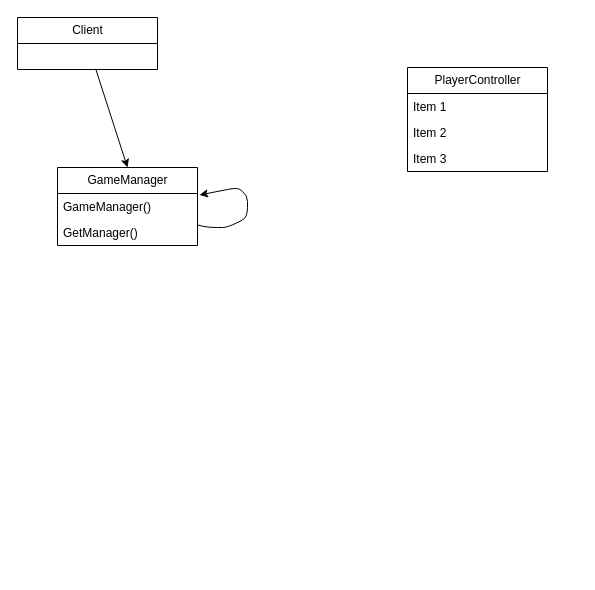
The draw.io diagram Documentation/DiagrammeClasse.drawio in B3njaminV/unity-tower-defense, before the edit. Source tidied: cells renumbered, new cells numbered last; positions are measured from the earlier drawing's top-left corner, leaving out a move shared by most shapes. Both pictures are drawn from the tidied source at 100%, with x=0, y=0 at pixel (17, 17).
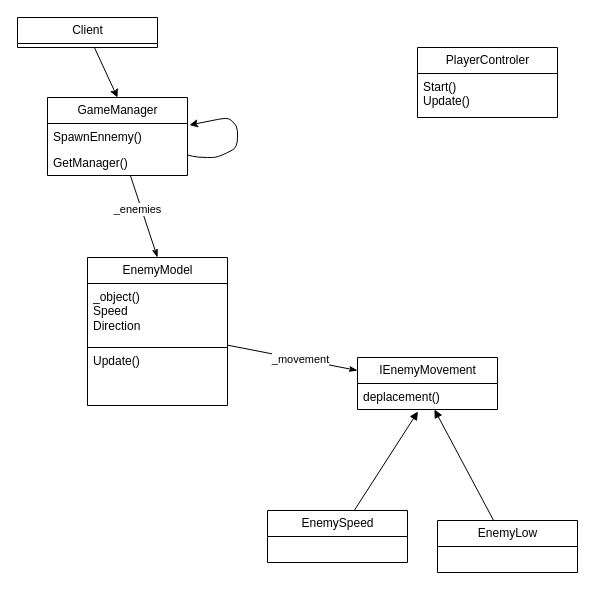
The same diagram, later.

Commit message:
:100:  Doc - ajout strategy + singleton

What changed in the source:
```diff
@@
+    <mxCell id="12" style="edgeStyle=none;html=1;entryX=0.5;entryY=0;entryDx=0;entryDy=0;endArrow=classicThin;endFill=1;" parent="1" edge="1" source="2" target="16">
+      <mxGeometry relative="1" as="geometry" />
+    </mxCell>
+    <mxCell id="13" value="_enemies" style="edgeLabel;html=1;align=center;verticalAlign=middle;" parent="12" vertex="1">
+      <mxGeometry x="-0.21" y="-4" relative="1" as="geometry" />
+    </mxCell>
     <mxCell id="2" value="GameManager" style="swimlane;fontStyle=0;horizontal=1;startSize=26;fillColor=none;html=1;" parent="1" vertex="1">
-      <mxGeometry x="40" y="150" width="140" height="78" as="geometry" />
+      <mxGeometry x="30" y="80" width="140" height="78" as="geometry" />
     </mxCell>
-    <mxCell id="3" value="GameManager()&lt;br&gt;" style="text;strokeColor=none;fillColor=none;align=left;verticalAlign=top;spacingLeft=4;spacingRight=4;overflow=hidden;points=[[0,0.5],[1,0.5]];portConstraint=eastwest;whiteSpace=wrap;html=1;" parent="2" vertex="1">
+    <mxCell id="3" value="SpawnEnnemy()&lt;br&gt;" style="text;strokeColor=none;fillColor=none;align=left;verticalAlign=top;spacingLeft=4;spacingRight=4;overflow=hidden;points=[[0,0.5],[1,0.5]];portConstraint=eastwest;whiteSpace=wrap;html=1;" parent="2" vertex="1">
       <mxGeometry y="26" width="140" height="26" as="geometry" />
     </mxCell>
@@
-    <mxCell id="6" value="PlayerController" style="swimlane;fontStyle=0;horizontal=1;startSize=26;fillColor=none;html=1;" parent="1" vertex="1">
-      <mxGeometry x="390" y="50" width="140" height="104" as="geometry" />
-    </mxCell>
-    <mxCell id="7" value="Item 1" style="text;strokeColor=none;fillColor=none;align=left;verticalAlign=top;spacingLeft=4;spacingRight=4;overflow=hidden;whiteSpace=wrap;html=1;" parent="6" vertex="1">
-      <mxGeometry y="26" width="140" height="26" as="geometry" />
-    </mxCell>
-    <mxCell id="8" value="Item 2" style="text;strokeColor=none;fillColor=none;align=left;verticalAlign=top;spacingLeft=4;spacingRight=4;overflow=hidden;whiteSpace=wrap;html=1;" parent="6" vertex="1">
-      <mxGeometry y="52" width="140" height="26" as="geometry" />
-    </mxCell>
-    <mxCell id="9" value="Item 3" style="text;strokeColor=none;fillColor=none;align=left;verticalAlign=top;spacingLeft=4;spacingRight=4;overflow=hidden;whiteSpace=wrap;html=1;" parent="6" vertex="1">
-      <mxGeometry y="78" width="140" height="26" as="geometry" />
-    </mxCell>
@@
     <mxCell id="11" value="Client" style="swimlane;fontStyle=0;horizontal=1;startSize=26;fillColor=none;html=1;" parent="1" vertex="1">
-      <mxGeometry width="140" height="52" as="geometry" />
+      <mxGeometry width="140" height="30" as="geometry" />
     </mxCell>
+    <mxCell id="14" style="edgeStyle=none;html=1;entryX=0;entryY=0.25;entryDx=0;entryDy=0;endArrow=classicThin;endFill=1;" parent="1" edge="1" source="16" target="19">
+      <mxGeometry relative="1" as="geometry" />
+    </mxCell>
+    <mxCell id="15" value="_movement" style="edgeLabel;html=1;align=center;verticalAlign=middle;" parent="14" vertex="1">
+      <mxGeometry x="0.12" relative="1" as="geometry" />
+    </mxCell>
+    <mxCell id="16" value="EnemyModel" style="swimlane;fontStyle=0;horizontal=1;startSize=26;fillColor=none;html=1;" parent="1" vertex="1">
+      <mxGeometry x="70" y="240" width="140" height="148" as="geometry" />
+    </mxCell>
+    <mxCell id="17" value="_object()&lt;br&gt;Speed&lt;br&gt;Direction" style="text;strokeColor=default;fillColor=none;align=left;verticalAlign=top;spacingLeft=4;spacingRight=4;overflow=hidden;whiteSpace=wrap;html=1;" parent="16" vertex="1">
+      <mxGeometry y="26" width="140" height="64" as="geometry" />
+    </mxCell>
+    <mxCell id="18" value="Update()&lt;br&gt;" style="text;strokeColor=none;fillColor=none;align=left;verticalAlign=top;spacingLeft=4;spacingRight=4;overflow=hidden;whiteSpace=wrap;html=1;" parent="16" vertex="1">
+      <mxGeometry y="90" width="140" height="58" as="geometry" />
+    </mxCell>
+    <mxCell id="19" value="IEnemyMovement" style="swimlane;fontStyle=0;horizontal=1;startSize=26;fillColor=none;html=1;" parent="1" vertex="1">
+      <mxGeometry x="340" y="340" width="140" height="52" as="geometry" />
+    </mxCell>
+    <mxCell id="20" value="deplacement()&lt;br&gt;" style="text;strokeColor=none;fillColor=none;align=left;verticalAlign=top;spacingLeft=4;spacingRight=4;overflow=hidden;points=[[0,0.5],[1,0.5]];portConstraint=eastwest;whiteSpace=wrap;html=1;" parent="19" vertex="1">
+      <mxGeometry y="26" width="140" height="26" as="geometry" />
+    </mxCell>
+    <mxCell id="21" style="edgeStyle=none;html=1;endArrow=block;endFill=1;" parent="1" edge="1" source="22" target="20">
+      <mxGeometry relative="1" as="geometry" />
+    </mxCell>
+    <mxCell id="22" value="EnemyLow" style="swimlane;fontStyle=0;horizontal=1;startSize=26;fillColor=none;html=1;" parent="1" vertex="1">
+      <mxGeometry x="420" y="503" width="140" height="52" as="geometry" />
+    </mxCell>
+    <mxCell id="23" style="edgeStyle=none;html=1;entryX=0.432;entryY=1.077;entryDx=0;entryDy=0;entryPerimeter=0;endArrow=block;endFill=1;" parent="1" edge="1" source="24" target="20">
+      <mxGeometry relative="1" as="geometry" />
+    </mxCell>
+    <mxCell id="24" value="EnemySpeed" style="swimlane;fontStyle=0;horizontal=1;startSize=26;fillColor=none;html=1;" parent="1" vertex="1">
+      <mxGeometry x="250" y="493" width="140" height="52" as="geometry" />
+    </mxCell>
+    <mxCell id="25" value="PlayerControler" style="swimlane;fontStyle=0;horizontal=1;startSize=26;fillColor=none;html=1;" parent="1" vertex="1">
+      <mxGeometry x="400" y="30" width="140" height="70" as="geometry" />
+    </mxCell>
+    <mxCell id="26" value="Start()&lt;br&gt;Update()&lt;br&gt;" style="text;strokeColor=none;fillColor=none;align=left;verticalAlign=top;spacingLeft=4;spacingRight=4;overflow=hidden;whiteSpace=wrap;html=1;" parent="25" vertex="1">
+      <mxGeometry y="26" width="140" height="44" as="geometry" />
+    </mxCell>
```
